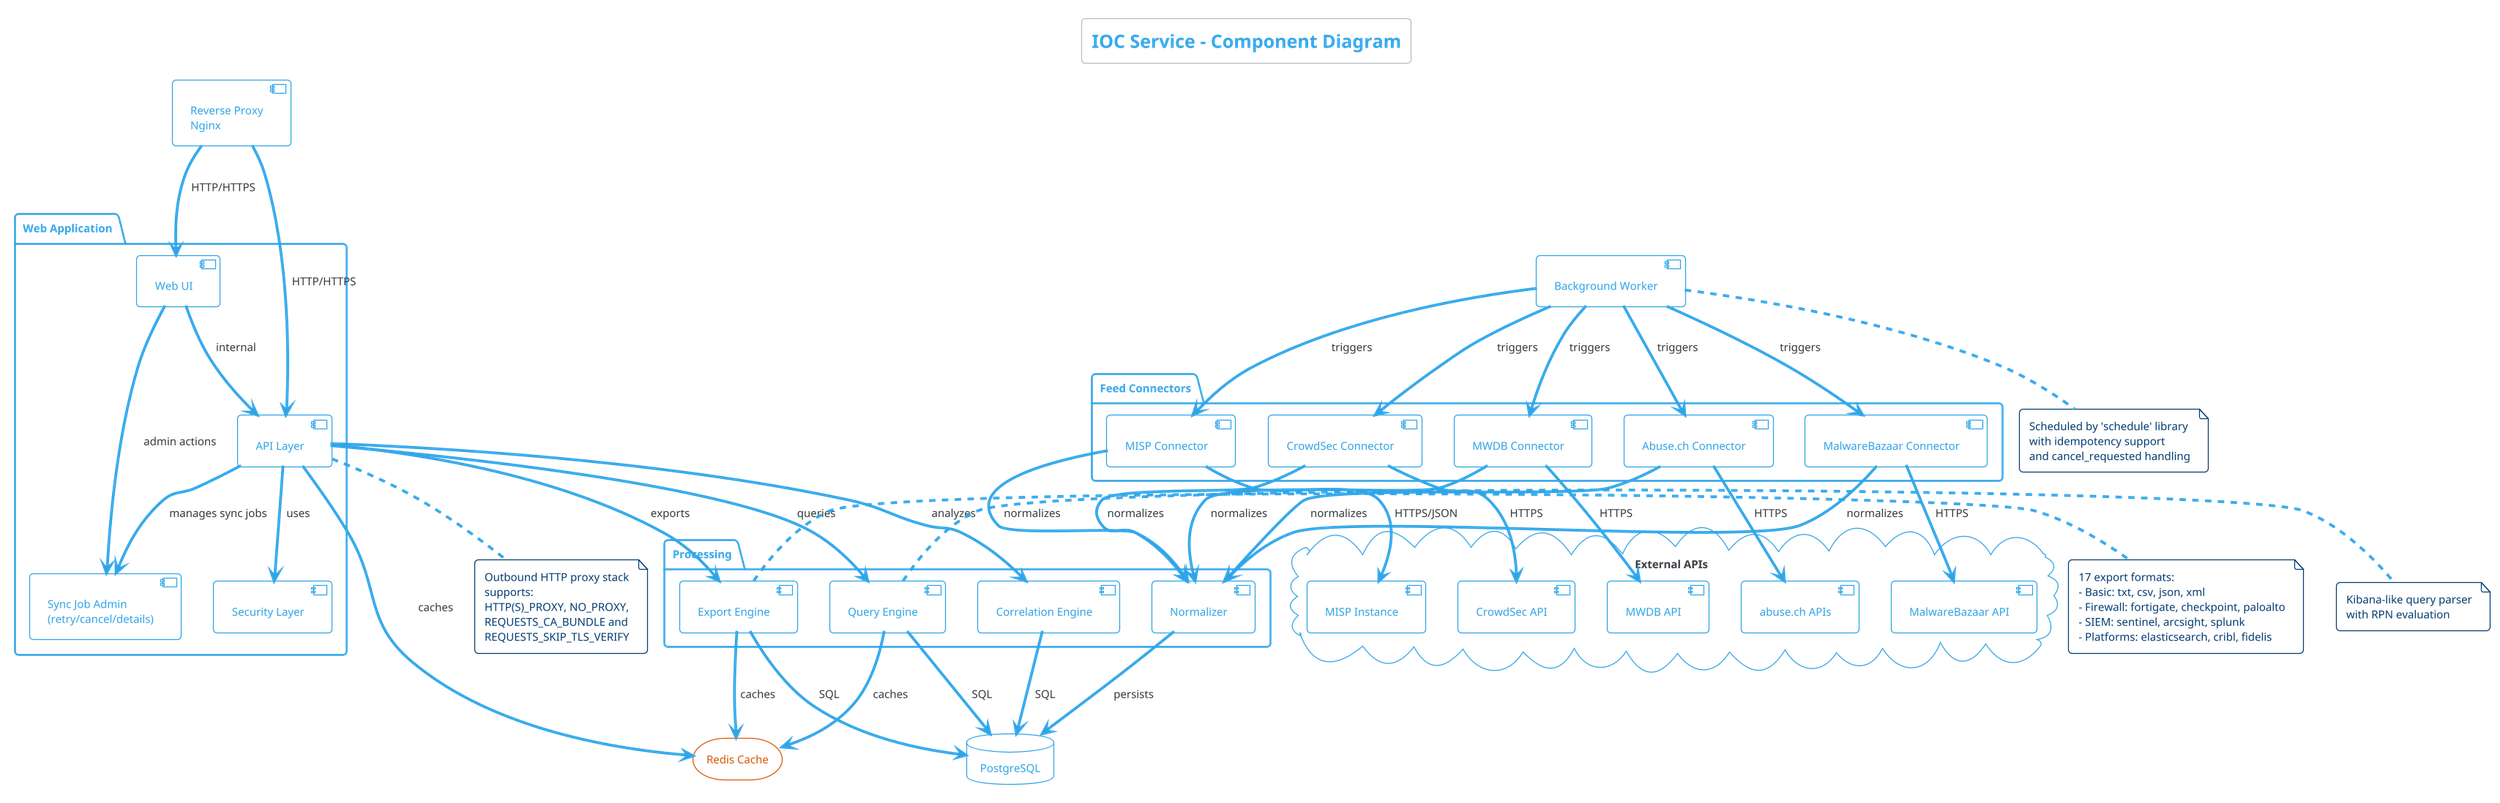
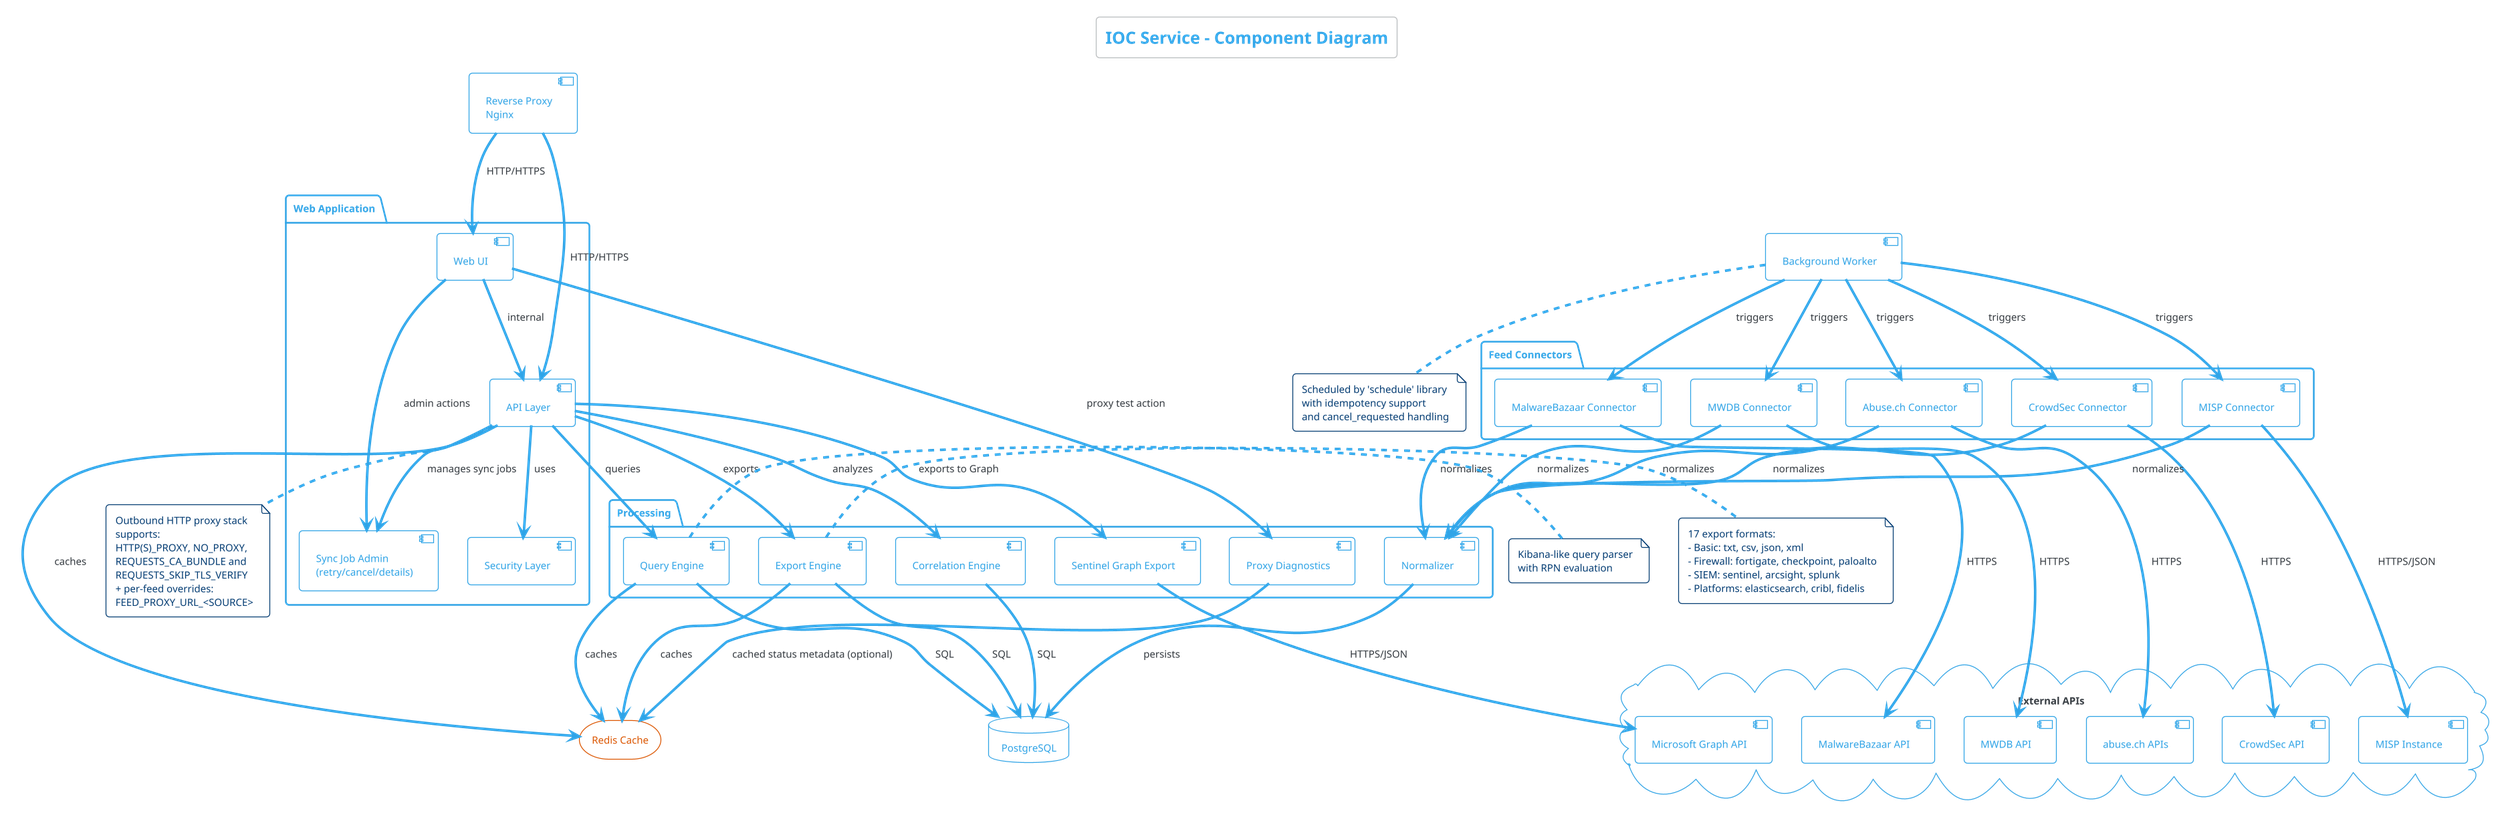
@startuml IOC_Service_Component
!theme cerulean-outline

scale 1.2
title IOC Service - Component Diagram

package "Web Application" {
    [API Layer] as API
    [Web UI] as WebUI
    [Security Layer] as Security
    [Sync Job Admin\n(retry/cancel/details)] as JobAdmin
}

package "Feed Connectors" {
    [CrowdSec Connector] as CrowdSec
    [MISP Connector] as MISP
    [MalwareBazaar Connector] as Bazaar
    [MWDB Connector] as MWDB
    [Abuse.ch Connector] as AbuseCh
}

package "Processing" {
    [Query Engine] as QueryEngine
    [Export Engine] as ExportEngine
+     [Sentinel Graph Export] as SentinelGraph
+     [Proxy Diagnostics] as ProxyDiag
    [Correlation Engine] as Correlation
    [Normalizer] as Normalizer
}

[Background Worker] as Worker

cloud "External APIs" {
    [CrowdSec API]
    [MISP Instance]
    [MalwareBazaar API]
    [MWDB API]
    [abuse.ch APIs]
+     [Microsoft Graph API]
}

database "PostgreSQL" as Postgres
storage "Redis Cache" as Redis
[Reverse Proxy\nNginx] as Nginx

' Connections
Nginx --> API : HTTP/HTTPS
Nginx --> WebUI : HTTP/HTTPS
API --> Security : uses
API --> QueryEngine : queries
API --> ExportEngine : exports
+ API --> SentinelGraph : exports to Graph
API --> Correlation : analyzes
API --> JobAdmin : manages sync jobs
+ WebUI --> ProxyDiag : proxy test action

WebUI --> API : internal
WebUI --> JobAdmin : admin actions

Worker --> CrowdSec : triggers
Worker --> MISP : triggers
Worker --> Bazaar : triggers
Worker --> MWDB : triggers
Worker --> AbuseCh : triggers

CrowdSec --> [CrowdSec API] : HTTPS
MISP --> [MISP Instance] : HTTPS/JSON
Bazaar --> [MalwareBazaar API] : HTTPS
MWDB --> [MWDB API] : HTTPS
AbuseCh --> [abuse.ch APIs] : HTTPS
+ SentinelGraph --> [Microsoft Graph API] : HTTPS/JSON

CrowdSec --> Normalizer : normalizes
MISP --> Normalizer : normalizes
Bazaar --> Normalizer : normalizes
MWDB --> Normalizer : normalizes
AbuseCh --> Normalizer : normalizes

Normalizer --> Postgres : persists
QueryEngine --> Postgres : SQL
ExportEngine --> Postgres : SQL
Correlation --> Postgres : SQL

API --> Redis : caches
QueryEngine --> Redis : caches
ExportEngine --> Redis : caches
+ ProxyDiag --> Redis : cached status metadata (optional)

note right of ExportEngine
  17 export formats:
  - Basic: txt, csv, json, xml
  - Firewall: fortigate, checkpoint, paloalto
  - SIEM: sentinel, arcsight, splunk
  - Platforms: elasticsearch, cribl, fidelis
end note

note right of QueryEngine
  Kibana-like query parser
  with RPN evaluation
end note

note bottom of Worker
  Scheduled by 'schedule' library
  with idempotency support
  and cancel_requested handling
end note

note bottom of API
  Outbound HTTP proxy stack
  supports:
  HTTP(S)_PROXY, NO_PROXY,
  REQUESTS_CA_BUNDLE and
  REQUESTS_SKIP_TLS_VERIFY
+   + per-feed overrides:
+   FEED_PROXY_URL_<SOURCE>
end note

@enduml
